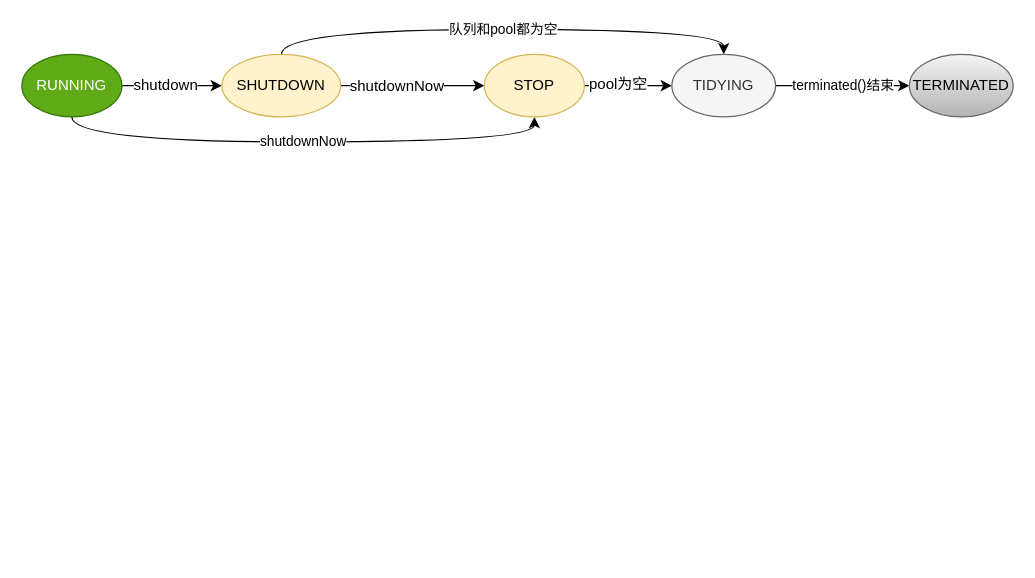
Earlier version of the draw.io diagram 51cto_jcp_threadpoolexecutor.drawio (bluefantasy2014/draw.io). Source tidied: cells renumbered, new cells numbered last; positions are measured from the earlier drawing's top-left corner, leaving out a move shared by most shapes. Both pictures are drawn from the tidied source at 125%, with x=0, y=0 at pixel (21, 54).
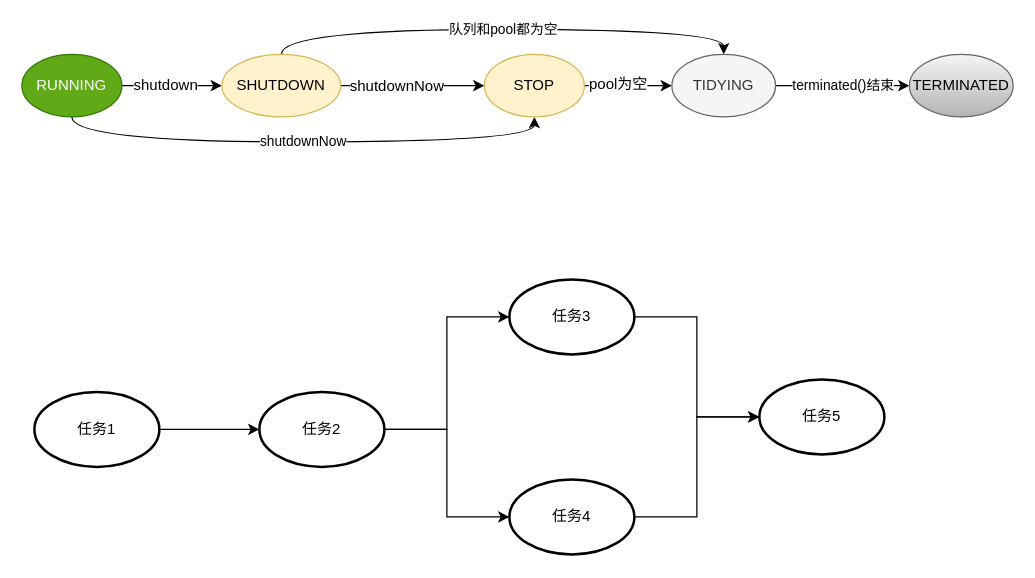
Above is the later version.

What changed in the source:
```diff
@@
+    <mxCell id="16" style="edgeStyle=orthogonalEdgeStyle;rounded=0;jettySize=auto;html=1;exitX=1;exitY=0.5;exitDx=0;exitDy=0;exitPerimeter=0;" parent="1" edge="1" source="17" target="20">
+      <mxGeometry relative="1" as="geometry" />
+    </mxCell>
+    <mxCell id="17" value="任务1" style="strokeWidth=2;html=1;shape=mxgraph.flowchart.start_1;whiteSpace=wrap;" parent="1" vertex="1">
+      <mxGeometry x="10" y="270" width="100" height="60" as="geometry" />
+    </mxCell>
+    <mxCell id="18" style="edgeStyle=orthogonalEdgeStyle;rounded=0;jettySize=auto;html=1;exitX=1;exitY=0.5;exitDx=0;exitDy=0;exitPerimeter=0;entryX=0;entryY=0.5;entryDx=0;entryDy=0;entryPerimeter=0;" parent="1" edge="1" source="20" target="23">
+      <mxGeometry relative="1" as="geometry" />
+    </mxCell>
+    <mxCell id="19" style="edgeStyle=orthogonalEdgeStyle;rounded=0;jettySize=auto;html=1;exitX=1;exitY=0.5;exitDx=0;exitDy=0;exitPerimeter=0;entryX=0;entryY=0.5;entryDx=0;entryDy=0;entryPerimeter=0;" parent="1" edge="1" source="20" target="25">
+      <mxGeometry relative="1" as="geometry" />
+    </mxCell>
+    <mxCell id="20" value="任务2" style="strokeWidth=2;html=1;shape=mxgraph.flowchart.start_1;whiteSpace=wrap;" parent="1" vertex="1">
+      <mxGeometry x="190" y="270" width="100" height="60" as="geometry" />
+    </mxCell>
+    <mxCell id="21" value="任务5" style="strokeWidth=2;html=1;shape=mxgraph.flowchart.start_1;whiteSpace=wrap;" parent="1" vertex="1">
+      <mxGeometry x="590" y="260" width="100" height="60" as="geometry" />
+    </mxCell>
+    <mxCell id="22" style="edgeStyle=orthogonalEdgeStyle;rounded=0;jettySize=auto;html=1;exitX=1;exitY=0.5;exitDx=0;exitDy=0;exitPerimeter=0;entryX=0;entryY=0.5;entryDx=0;entryDy=0;entryPerimeter=0;" parent="1" edge="1" source="23" target="21">
+      <mxGeometry relative="1" as="geometry" />
+    </mxCell>
+    <mxCell id="23" value="任务3" style="strokeWidth=2;html=1;shape=mxgraph.flowchart.start_1;whiteSpace=wrap;" parent="1" vertex="1">
+      <mxGeometry x="390" y="180" width="100" height="60" as="geometry" />
+    </mxCell>
+    <mxCell id="24" style="edgeStyle=orthogonalEdgeStyle;rounded=0;jettySize=auto;html=1;exitX=1;exitY=0.5;exitDx=0;exitDy=0;exitPerimeter=0;entryX=0;entryY=0.5;entryDx=0;entryDy=0;entryPerimeter=0;" parent="1" edge="1" source="25" target="21">
+      <mxGeometry relative="1" as="geometry" />
+    </mxCell>
+    <mxCell id="25" value="任务4" style="strokeWidth=2;html=1;shape=mxgraph.flowchart.start_1;whiteSpace=wrap;" parent="1" vertex="1">
+      <mxGeometry x="390" y="340" width="100" height="60" as="geometry" />
+    </mxCell>
```
